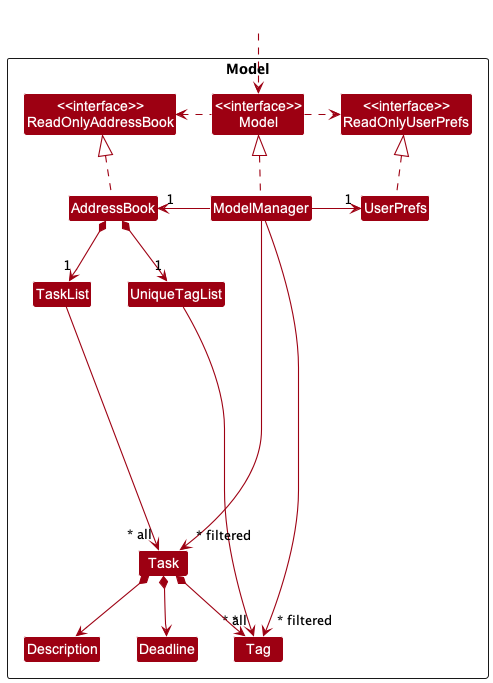
The PlantUML diagram docs/images/ModelClassDiagramTaskTag.png in nus-cs2103-AY2223S1/tp, before a commit. Its diagram source:
```plantuml
@startuml
!include style.puml
skinparam arrowThickness 1.1
skinparam arrowColor MODEL_COLOR
skinparam classBackgroundColor MODEL_COLOR

Package Model <<Rectangle>>{
Class "<<interface>>\nReadOnlyAddressBook" as ReadOnlyAddressBook
Class "<<interface>>\nReadOnlyUserPrefs" as ReadOnlyUserPrefs
Class "<<interface>>\nModel" as Model
Class AddressBook
Class ModelManager
Class UserPrefs

Class TaskList
Class Task
Class Description
Class Deadline
Class Tag

Class UniqueTagList
}

Class HiddenOutside #FFFFFF
HiddenOutside ..> Model

AddressBook .up.|> ReadOnlyAddressBook

ModelManager .up.|> Model
Model .right.> ReadOnlyUserPrefs
Model .left.> ReadOnlyAddressBook
ModelManager -left-> "1" AddressBook
ModelManager -right-> "1" UserPrefs
UserPrefs .up.|> ReadOnlyUserPrefs

AddressBook *--> "1" UniqueTagList
UniqueTagList -----> "~* all" Tag

AddressBook *--> "1" TaskList
TaskList -----> "~* all" Task
Task *--> Description
Task *--> Deadline
Task *--> "*" Tag

UniqueTagList -[hidden]left-> TaskList
Description -[hidden]right-> Deadline
Deadline -[hidden]right-> Tag

ModelManager -->"~* filtered" Task
ModelManager -->"~* filtered" Tag
@enduml
```
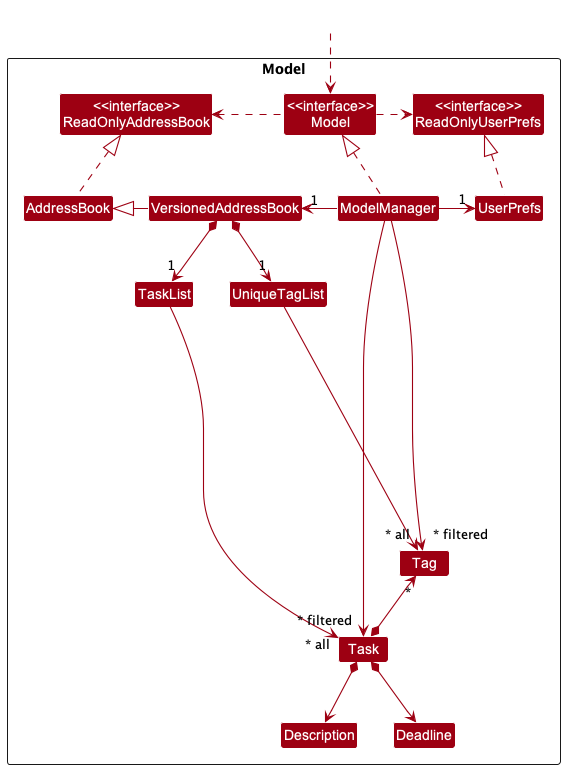
The same diagram one commit later.

Commit message:
update versionedAddressBook in DG diagram

Change to the diagram source:
```diff
@@ -8,6 +8,7 @@
 Class "<<interface>>\nReadOnlyAddressBook" as ReadOnlyAddressBook
 Class "<<interface>>\nReadOnlyUserPrefs" as ReadOnlyUserPrefs
 Class "<<interface>>\nModel" as Model
+Class VersionedAddressBook
 Class AddressBook
 Class ModelManager
 Class UserPrefs
@@ -22,30 +23,32 @@
 }
 
 Class HiddenOutside #FFFFFF
-HiddenOutside ..> Model
+HiddenOutside .down.> Model
 
 AddressBook .up.|> ReadOnlyAddressBook
+VersionedAddressBook -left-|> AddressBook
+
 
 ModelManager .up.|> Model
 Model .right.> ReadOnlyUserPrefs
 Model .left.> ReadOnlyAddressBook
-ModelManager -left-> "1" AddressBook
+ModelManager -left-> "1" VersionedAddressBook
 ModelManager -right-> "1" UserPrefs
 UserPrefs .up.|> ReadOnlyUserPrefs
 
-AddressBook *--> "1" UniqueTagList
+VersionedAddressBook *--> "1" UniqueTagList
 UniqueTagList -----> "~* all" Tag
 
-AddressBook *--> "1" TaskList
+VersionedAddressBook *--> "1" TaskList
 TaskList -----> "~* all" Task
 Task *--> Description
 Task *--> Deadline
-Task *--> "*" Tag
+Task *-up-> "*" Tag
 
 UniqueTagList -[hidden]left-> TaskList
 Description -[hidden]right-> Deadline
 Deadline -[hidden]right-> Tag
 
-ModelManager -->"~* filtered" Task
-ModelManager -->"~* filtered" Tag
+ModelManager -right->"~* filtered" Task
+ModelManager -right->"~* filtered" Tag
 @enduml
```
